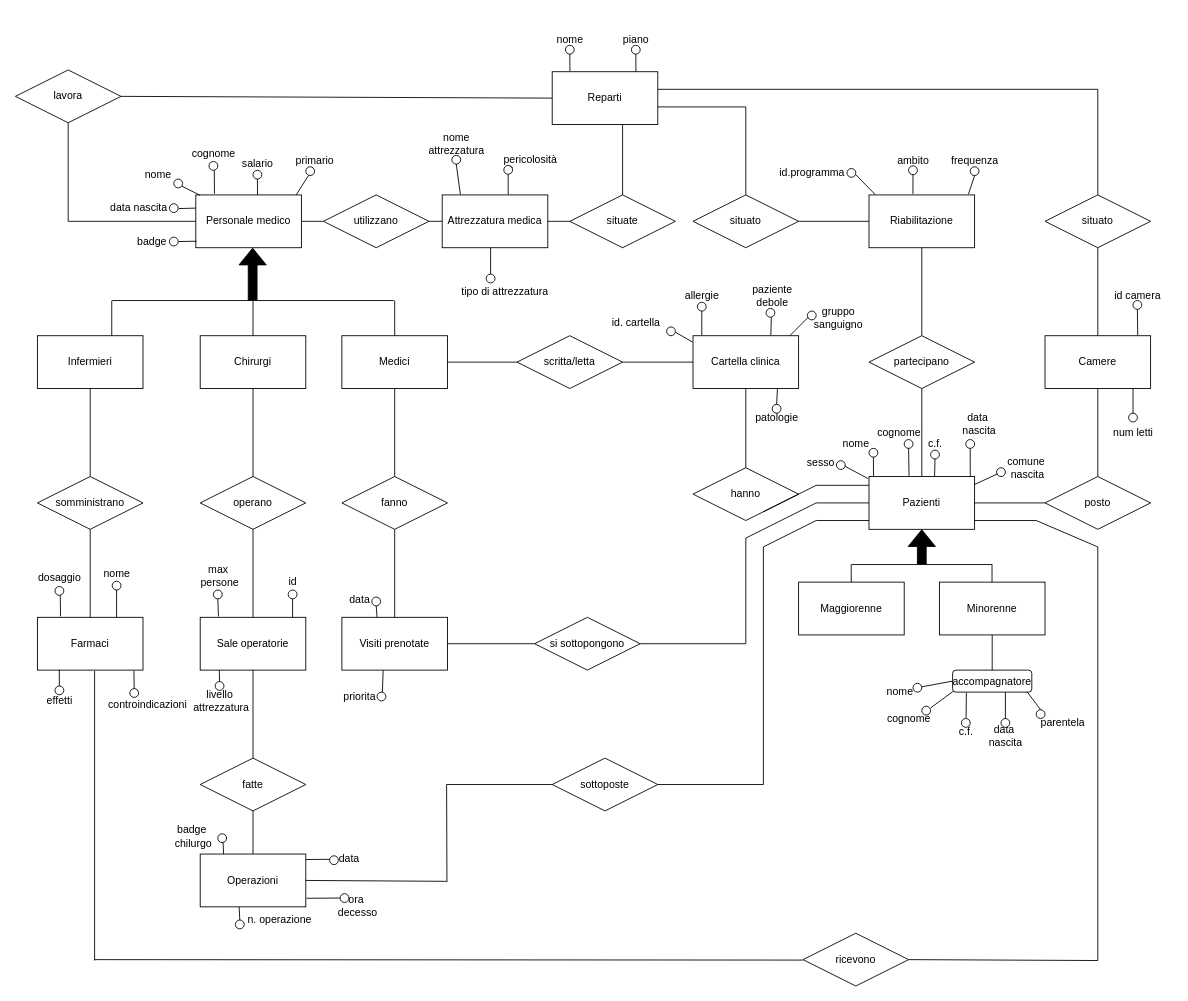
This is ER-conc.drawio from MicheleDioli/UniPD-database-project-2024, a draw.io file, before an edit. Source tidied: cells renumbered, new cells numbered last; positions are measured from the earlier drawing's top-left corner, leaving out a move shared by most shapes. Both pictures are drawn from the tidied source at 88%, with x=0, y=0 at pixel (15, 26).
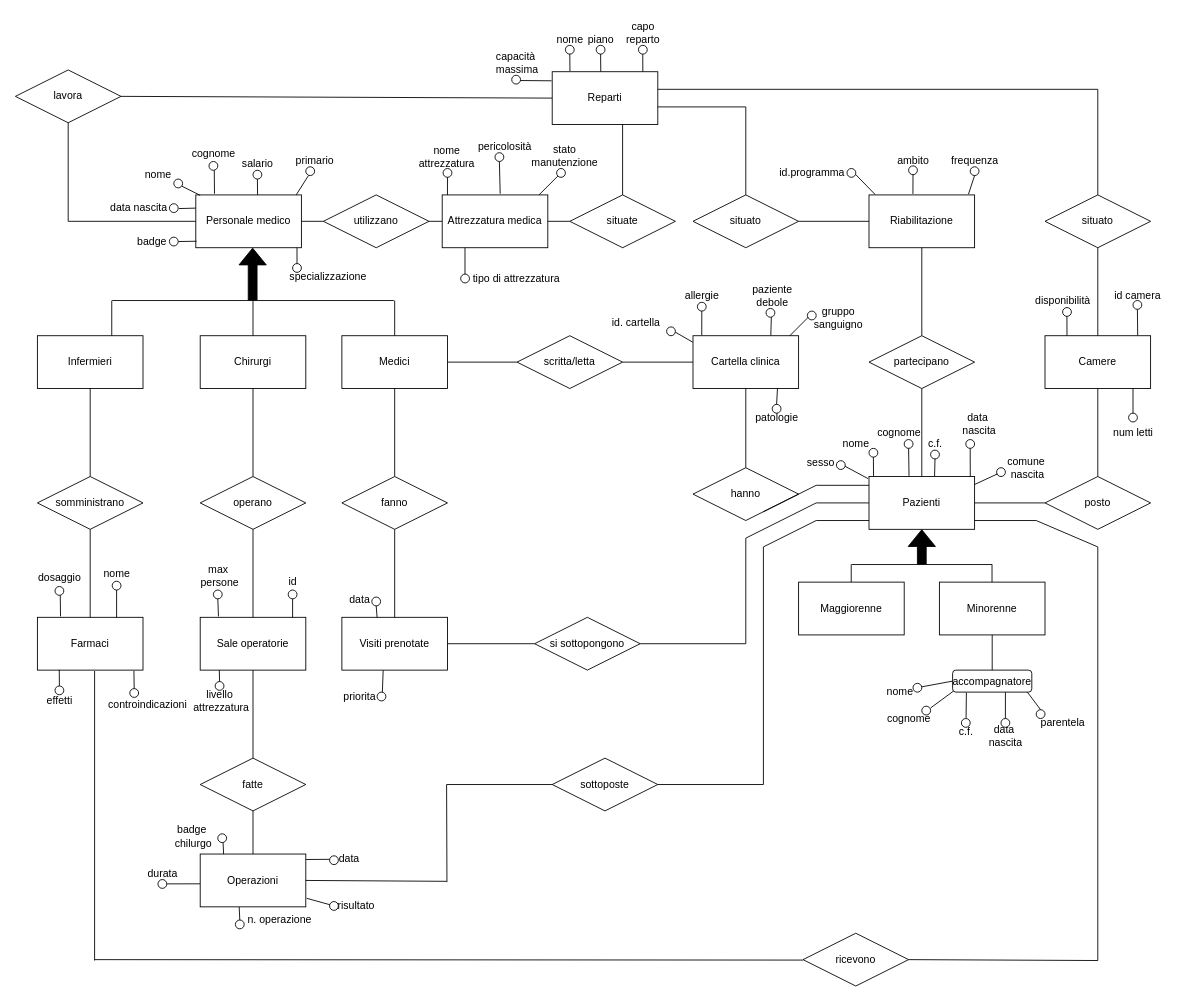
The same page after the edit.

The change refers to these unchanged cells:
```xml
<mxCell id="9" value="Reparti" style="rounded=0;whiteSpace=wrap;html=1;" parent="1" vertex="1">
  <mxGeometry x="610" y="51" width="120" height="60" as="geometry" />
</mxCell>
<mxCell id="12" value="Operazioni" style="rounded=0;whiteSpace=wrap;html=1;" parent="1" vertex="1">
  <mxGeometry x="210" y="940" width="120" height="60" as="geometry" />
</mxCell>
<mxCell id="13" value="Attrezzatura medica" style="rounded=0;whiteSpace=wrap;html=1;" parent="1" vertex="1">
  <mxGeometry x="485" y="191" width="120" height="60" as="geometry" />
</mxCell>
```

Diff of the diagram source:
```diff
@@
-    <mxCell id="90" value="ora&lt;div&gt;&amp;nbsp;decesso&lt;/div&gt;" style="text;html=1;align=center;verticalAlign=middle;strokeColor=none;fillColor=none;" parent="1" vertex="1">
-      <mxGeometry x="352" y="979" width="70" height="40" as="geometry" />
+    <mxCell id="90" value="risultato" style="text;html=1;align=center;verticalAlign=middle;strokeColor=none;fillColor=none;" parent="1" vertex="1">
+      <mxGeometry x="352" y="984" width="70" height="30" as="geometry" />
     </mxCell>
@@
     <mxCell id="97" value="nome&lt;div&gt;attrezzatura&lt;/div&gt;" style="text;html=1;align=center;verticalAlign=middle;strokeColor=none;fillColor=none;" parent="1" vertex="1">
-      <mxGeometry x="456" y="113" width="90" height="40" as="geometry" />
+      <mxGeometry x="445" y="128" width="90" height="40" as="geometry" />
     </mxCell>
     <mxCell id="98" value="pericolosità" style="text;html=1;align=center;verticalAlign=middle;strokeColor=none;fillColor=none;" parent="1" vertex="1">
-      <mxGeometry x="545" y="135.5" width="80" height="30" as="geometry" />
+      <mxGeometry x="516" y="121" width="80" height="30" as="geometry" />
     </mxCell>
@@
     <mxCell id="100" value="piano" style="text;html=1;align=center;verticalAlign=middle;strokeColor=none;fillColor=none;" parent="1" vertex="1">
-      <mxGeometry x="680" width="50" height="30" as="geometry" />
+      <mxGeometry x="640" width="50" height="30" as="geometry" />
     </mxCell>
@@
     <mxCell id="128" style="ellipse;whiteSpace=wrap;html=1;" parent="1" vertex="1">
-      <mxGeometry x="700" y="21" width="10" height="10" as="geometry" />
+      <mxGeometry x="660" y="21" width="10" height="10" as="geometry" />
     </mxCell>
@@
-    <mxCell id="130" style="endArrow=none;html=1;rounded=0;exitX=0.793;exitY=-0.001;exitDx=0;exitDy=0;exitPerimeter=0;" parent="1" edge="1" source="9">
+    <mxCell id="130" style="endArrow=none;html=1;rounded=0;exitX=0.793;exitY=-0.001;exitDx=0;exitDy=0;exitPerimeter=0;" parent="1" edge="1">
       <mxGeometry relative="1" as="geometry">
-        <mxPoint x="705" y="31" as="targetPoint" />
+        <mxPoint x="665.2" y="50.9" as="sourcePoint" />
+        <mxPoint x="665" y="31" as="targetPoint" />
       </mxGeometry>
     </mxCell>
@@
     <mxCell id="180" style="ellipse;whiteSpace=wrap;html=1;" parent="1" vertex="1">
-      <mxGeometry x="496" y="146" width="10" height="10" as="geometry" />
+      <mxGeometry x="486" y="161" width="10" height="10" as="geometry" />
     </mxCell>
-    <mxCell id="181" style="endArrow=none;html=1;rounded=0;exitX=0.172;exitY=-0.009;exitDx=0;exitDy=0;exitPerimeter=0;" parent="1" edge="1" source="13">
+    <mxCell id="181" style="endArrow=none;html=1;rounded=0;exitX=0.172;exitY=-0.009;exitDx=0;exitDy=0;exitPerimeter=0;" parent="1" edge="1">
       <mxGeometry relative="1" as="geometry">
-        <mxPoint x="501" y="156" as="targetPoint" />
+        <mxPoint x="491" y="191" as="sourcePoint" />
+        <mxPoint x="491" y="171" as="targetPoint" />
       </mxGeometry>
     </mxCell>
-    <mxCell id="182" style="endArrow=none;html=1;rounded=0;exitX=0.703;exitY=0.003;exitDx=0;exitDy=0;exitPerimeter=0;startArrow=none;" parent="1" edge="1" source="222">
-      <mxGeometry relative="1" as="geometry">
-        <mxPoint x="565" y="160.5" as="targetPoint" />
-      </mxGeometry>
-    </mxCell>
@@
     <mxCell id="193" style="ellipse;whiteSpace=wrap;html=1;" parent="1" vertex="1">
-      <mxGeometry x="369" y="985" width="10" height="10" as="geometry" />
+      <mxGeometry x="357" y="994" width="10" height="10" as="geometry" />
     </mxCell>
@@
-    <mxCell id="208" style="endArrow=none;html=1;rounded=0;exitX=1.008;exitY=0.838;exitDx=0;exitDy=0;exitPerimeter=0;" parent="1" edge="1" source="12">
-      <mxGeometry relative="1" as="geometry">
-        <mxPoint x="369" y="990" as="targetPoint" />
-      </mxGeometry>
+    <mxCell id="208" style="endArrow=none;html=1;rounded=0;exitX=1.008;exitY=0.838;exitDx=0;exitDy=0;exitPerimeter=0;entryX=0.035;entryY=0.358;entryDx=0;entryDy=0;entryPerimeter=0;" parent="1" edge="1" source="12" target="193">
+      <mxGeometry relative="1" as="geometry" />
     </mxCell>
@@
-    <mxCell id="221" style="endArrow=none;html=1;rounded=0;" parent="1" edge="1" target="222">
-      <mxGeometry relative="1" as="geometry">
-        <mxPoint x="560" y="190.5" as="sourcePoint" />
-      </mxGeometry>
+    <mxCell id="221" style="endArrow=none;html=1;rounded=0;exitX=0.549;exitY=-0.023;exitDx=0;exitDy=0;exitPerimeter=0;" parent="1" edge="1" source="13" target="222">
+      <mxGeometry relative="1" as="geometry" />
     </mxCell>
     <mxCell id="222" style="ellipse;whiteSpace=wrap;html=1;" parent="1" vertex="1">
-      <mxGeometry x="555" y="157.5" width="10" height="10" as="geometry" />
+      <mxGeometry x="545" y="143" width="10" height="10" as="geometry" />
     </mxCell>
@@
     <mxCell id="229" style="endArrow=none;html=1;" parent="1" edge="1">
       <mxGeometry relative="1" as="geometry">
-        <mxPoint x="540" y="281" as="sourcePoint" />
-        <mxPoint x="540" y="251" as="targetPoint" />
+        <mxPoint x="510.9" y="281" as="sourcePoint" />
+        <mxPoint x="510.9" y="251" as="targetPoint" />
       </mxGeometry>
     </mxCell>
     <mxCell id="230" style="ellipse;whiteSpace=wrap;html=1;" parent="1" vertex="1">
-      <mxGeometry x="535" y="281" width="10" height="10" as="geometry" />
+      <mxGeometry x="506" y="281" width="10" height="10" as="geometry" />
     </mxCell>
     <mxCell id="231" value="tipo di attrezzatura" style="text;html=1;align=center;verticalAlign=middle;strokeColor=none;fillColor=none;" parent="1" vertex="1">
-      <mxGeometry x="496" y="286" width="120" height="30" as="geometry" />
+      <mxGeometry x="509" y="271" width="120" height="30" as="geometry" />
     </mxCell>
+    <mxCell id="232" value="capo&lt;div&gt;reparto&lt;/div&gt;" style="text;html=1;align=center;verticalAlign=middle;strokeColor=none;fillColor=none;" parent="1" vertex="1">
+      <mxGeometry x="683" y="-13" width="60" height="40" as="geometry" />
+    </mxCell>
+    <mxCell id="233" style="ellipse;whiteSpace=wrap;html=1;" parent="1" vertex="1">
+      <mxGeometry x="708" y="21" width="10" height="10" as="geometry" />
+    </mxCell>
+    <mxCell id="234" style="endArrow=none;html=1;rounded=0;exitX=0.793;exitY=-0.001;exitDx=0;exitDy=0;exitPerimeter=0;" parent="1" edge="1">
+      <mxGeometry relative="1" as="geometry">
+        <mxPoint x="713" y="51" as="sourcePoint" />
+        <mxPoint x="712.9" y="31.1" as="targetPoint" />
+      </mxGeometry>
+    </mxCell>
+    <mxCell id="235" value="disponibilità" style="text;html=1;align=center;verticalAlign=middle;strokeColor=none;fillColor=none;" parent="1" vertex="1">
+      <mxGeometry x="1145" y="296" width="90" height="30" as="geometry" />
+    </mxCell>
+    <mxCell id="236" value="specializzazione" style="text;html=1;align=center;verticalAlign=middle;strokeColor=none;fillColor=none;" parent="1" vertex="1">
+      <mxGeometry x="300" y="269" width="110" height="30" as="geometry" />
+    </mxCell>
+    <mxCell id="237" style="ellipse;whiteSpace=wrap;html=1;" parent="1" vertex="1">
+      <mxGeometry x="315" y="269" width="10" height="10" as="geometry" />
+    </mxCell>
+    <mxCell id="238" style="endArrow=none;html=1;rounded=0;exitX=0.585;exitY=-0.001;exitDx=0;exitDy=0;exitPerimeter=0;" parent="1" edge="1">
+      <mxGeometry relative="1" as="geometry">
+        <mxPoint x="320" y="269" as="sourcePoint" />
+        <mxPoint x="320" y="251" as="targetPoint" />
+      </mxGeometry>
+    </mxCell>
+    <mxCell id="239" value="capacità&amp;nbsp;&lt;div&gt;massima&lt;/div&gt;" style="text;html=1;align=center;verticalAlign=middle;strokeColor=none;fillColor=none;" parent="1" vertex="1">
+      <mxGeometry x="535" y="21" width="70" height="40" as="geometry" />
+    </mxCell>
+    <mxCell id="240" style="ellipse;whiteSpace=wrap;html=1;" parent="1" vertex="1">
+      <mxGeometry x="564" y="55" width="10" height="10" as="geometry" />
+    </mxCell>
+    <mxCell id="241" style="endArrow=none;html=1;rounded=0;exitX=-0.006;exitY=0.172;exitDx=0;exitDy=0;exitPerimeter=0;" parent="1" edge="1" source="9">
+      <mxGeometry relative="1" as="geometry">
+        <mxPoint x="574" y="61" as="targetPoint" />
+      </mxGeometry>
+    </mxCell>
+    <mxCell id="242" value="stato&lt;div&gt;manutenzione&lt;/div&gt;" style="text;html=1;align=center;verticalAlign=middle;strokeColor=none;fillColor=none;" parent="1" vertex="1">
+      <mxGeometry x="574" y="127" width="100" height="40" as="geometry" />
+    </mxCell>
+    <mxCell id="243" style="ellipse;whiteSpace=wrap;html=1;" parent="1" vertex="1">
+      <mxGeometry x="615" y="161" width="10" height="10" as="geometry" />
+    </mxCell>
+    <mxCell id="244" style="endArrow=none;html=1;rounded=0;exitX=0.549;exitY=-0.023;exitDx=0;exitDy=0;exitPerimeter=0;entryX=0;entryY=1;entryDx=0;entryDy=0;" parent="1" edge="1" target="243">
+      <mxGeometry relative="1" as="geometry">
+        <mxPoint x="595" y="191" as="sourcePoint" />
+      </mxGeometry>
+    </mxCell>
+    <mxCell id="245" value="durata&lt;div&gt;&lt;br&gt;&lt;/div&gt;" style="text;html=1;align=center;verticalAlign=middle;strokeColor=none;fillColor=none;" parent="1" vertex="1">
+      <mxGeometry x="137" y="950" width="60" height="40" as="geometry" />
+    </mxCell>
+    <mxCell id="246" style="ellipse;whiteSpace=wrap;html=1;" parent="1" vertex="1">
+      <mxGeometry x="162" y="969" width="10" height="10" as="geometry" />
+    </mxCell>
+    <mxCell id="247" style="endArrow=none;html=1;rounded=0;exitX=-0.001;exitY=0.564;exitDx=0;exitDy=0;exitPerimeter=0;" parent="1" edge="1" source="12">
+      <mxGeometry relative="1" as="geometry">
+        <mxPoint x="172.4" y="973.9" as="targetPoint" />
+      </mxGeometry>
+    </mxCell>
+    <mxCell id="248" style="ellipse;whiteSpace=wrap;html=1;" parent="1" vertex="1">
+      <mxGeometry x="1190" y="319" width="10" height="10" as="geometry" />
+    </mxCell>
+    <mxCell id="249" style="endArrow=none;html=1;rounded=0;" parent="1" edge="1">
+      <mxGeometry relative="1" as="geometry">
+        <mxPoint x="1195" y="351" as="sourcePoint" />
+        <mxPoint x="1194.9" y="329" as="targetPoint" />
+      </mxGeometry>
+    </mxCell>
```
